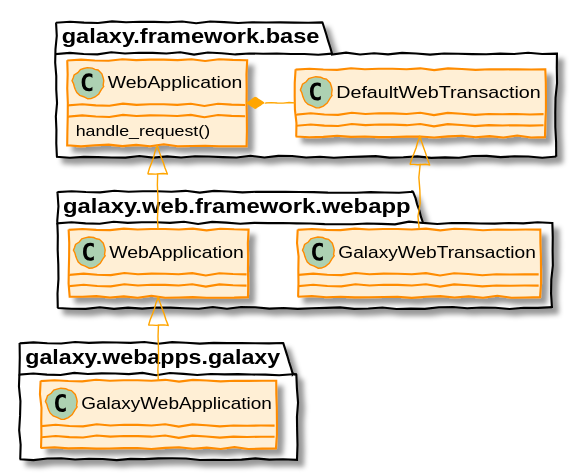
Before: topics/dev/images/webapp_classes.plantuml.svg, a diagram exported from PlantUML (galaxyproject/training-material).
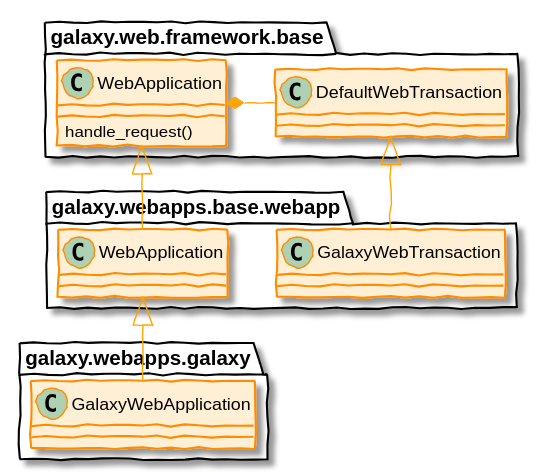
After the commit.

Diff of the diagram source:
```diff
@@ -3,27 +3,27 @@
 
 !include plantuml_options.txt
 
-class galaxy.framework.base.WebApplication {
+class galaxy.web.framework.base.WebApplication {
     handle_request()
 }
 
-class galaxy.web.framework.webapp.WebApplication {
+class galaxy.webapps.base.webapp.WebApplication {
 
 }
 
 class galaxy.webapps.galaxy.GalaxyWebApplication {
 }
 
-class galaxy.framework.base.DefaultWebTransaction {
+class galaxy.web.framework.base.DefaultWebTransaction {
 
 }
 
-class galaxy.web.framework.webapp.GalaxyWebTransaction {
+class galaxy.webapps.base.webapp.GalaxyWebTransaction {
 }
 
-galaxy.framework.base.WebApplication <|-- galaxy.web.framework.webapp.WebApplication
-galaxy.web.framework.webapp.WebApplication <|-- galaxy.webapps.galaxy.GalaxyWebApplication
-galaxy.framework.base.WebApplication *- galaxy.framework.base.DefaultWebTransaction
-galaxy.framework.base.DefaultWebTransaction <|-- galaxy.web.framework.webapp.GalaxyWebTransaction
+galaxy.web.framework.base.WebApplication <|-- galaxy.webapps.base.webapp.WebApplication
+galaxy.webapps.base.webapp.WebApplication <|-- galaxy.webapps.galaxy.GalaxyWebApplication
+galaxy.web.framework.base.WebApplication *- galaxy.web.framework.base.DefaultWebTransaction
+galaxy.web.framework.base.DefaultWebTransaction <|-- galaxy.webapps.base.webapp.GalaxyWebTransaction
 
 @enduml
```
